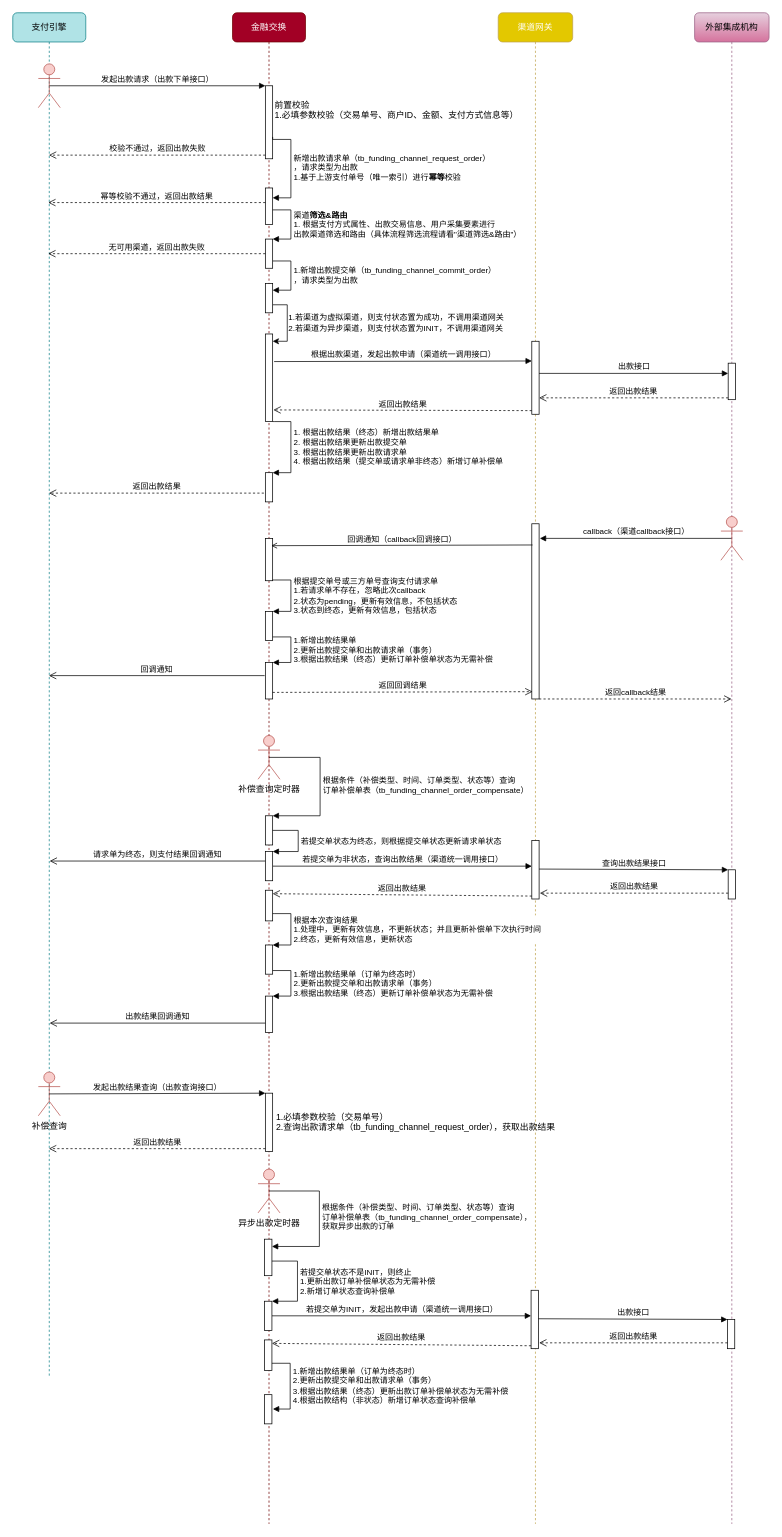
CatFei666/drawio_gallery keeps this draw.io diagram as page "出款流程" (4 of 7) of 渠道时序图v2.drawio. Above is the earlier version. Source tidied: cells renumbered, new cells numbered last; positions are measured from the earlier drawing's top-left corner, leaving out a move shared by most shapes. Both pictures are drawn from the tidied source at 73%, with x=0, y=0 at pixel (12, 12).
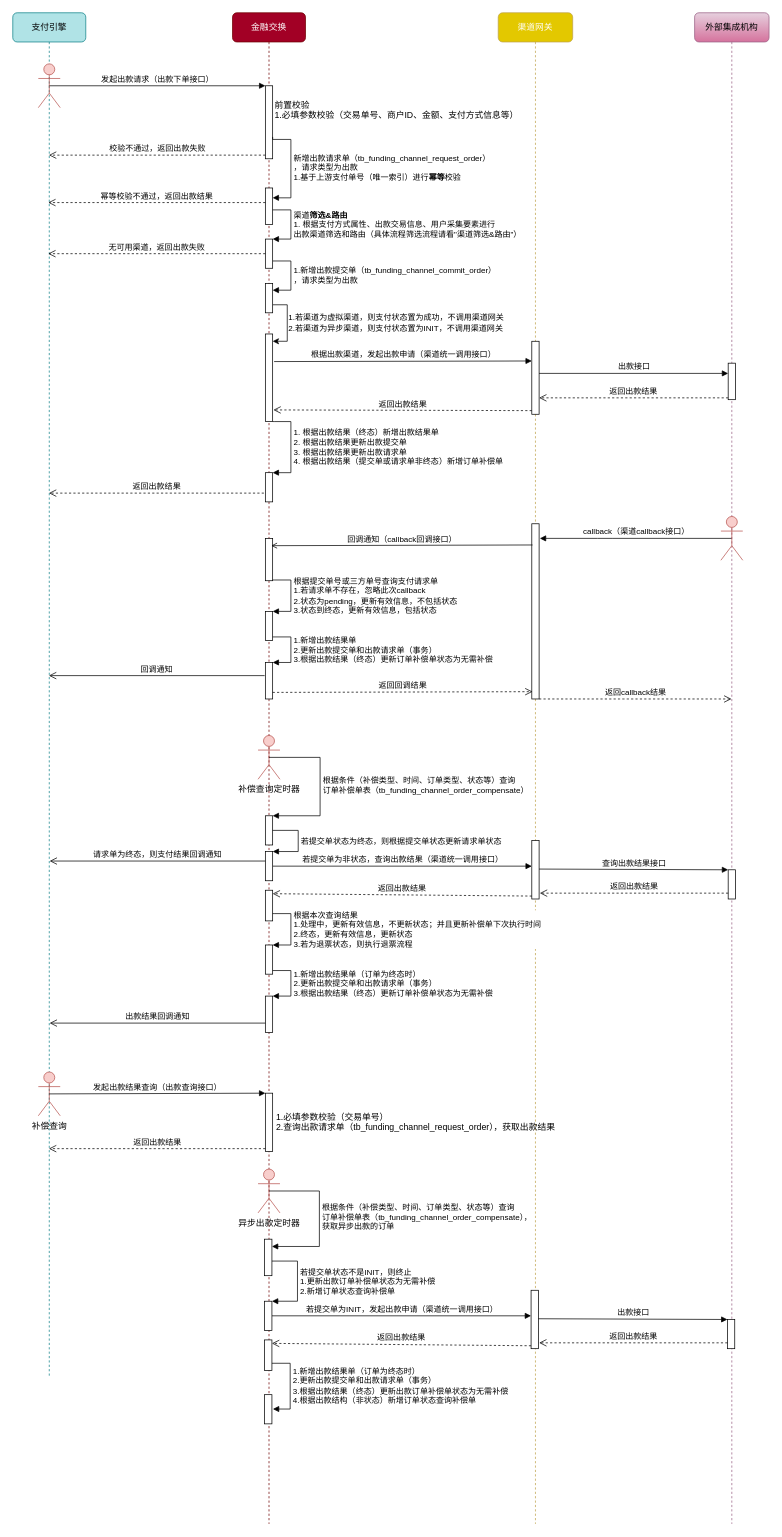
The same page after the edit.

Unchanged cells that the change refers to:
```xml
<mxCell id="47" style="html=1;points=[];perimeter=orthogonalPerimeter;" parent="1" vertex="1">
  <mxGeometry x="346" y="1277" width="10" height="40" as="geometry" />
</mxCell>
```

Diff of the diagram source:
```diff
@@
-    <mxCell id="48" value="根据本次查询结果&lt;br&gt;1.处理中，更新有效信息，不更新状态；并且更新补偿单下次执行时间&lt;br&gt;2.终态，更新有效信息，更新状态" style="edgeStyle=orthogonalEdgeStyle;html=1;align=left;spacingLeft=2;endArrow=block;rounded=0;entryX=1;entryY=0;" parent="1" edge="1" target="47">
+    <mxCell id="48" value="根据本次查询结果&lt;br&gt;1.处理中，更新有效信息，不更新状态；并且更新补偿单下次执行时间&lt;br&gt;2.终态，更新有效信息，更新状态&lt;br&gt;3.若为退票状态，则执行退票流程" style="edgeStyle=orthogonalEdgeStyle;html=1;align=left;spacingLeft=2;endArrow=block;rounded=0;entryX=1;entryY=0;" parent="1" edge="1" target="47">
       <mxGeometry relative="1" as="geometry">
         <mxPoint x="356" y="1234" as="sourcePoint" />
         <Array as="points">
           <mxPoint x="358" y="1234" />
           <mxPoint x="381" y="1234" />
           <mxPoint x="381" y="1262" />
         </Array>
       </mxGeometry>
     </mxCell>
```
